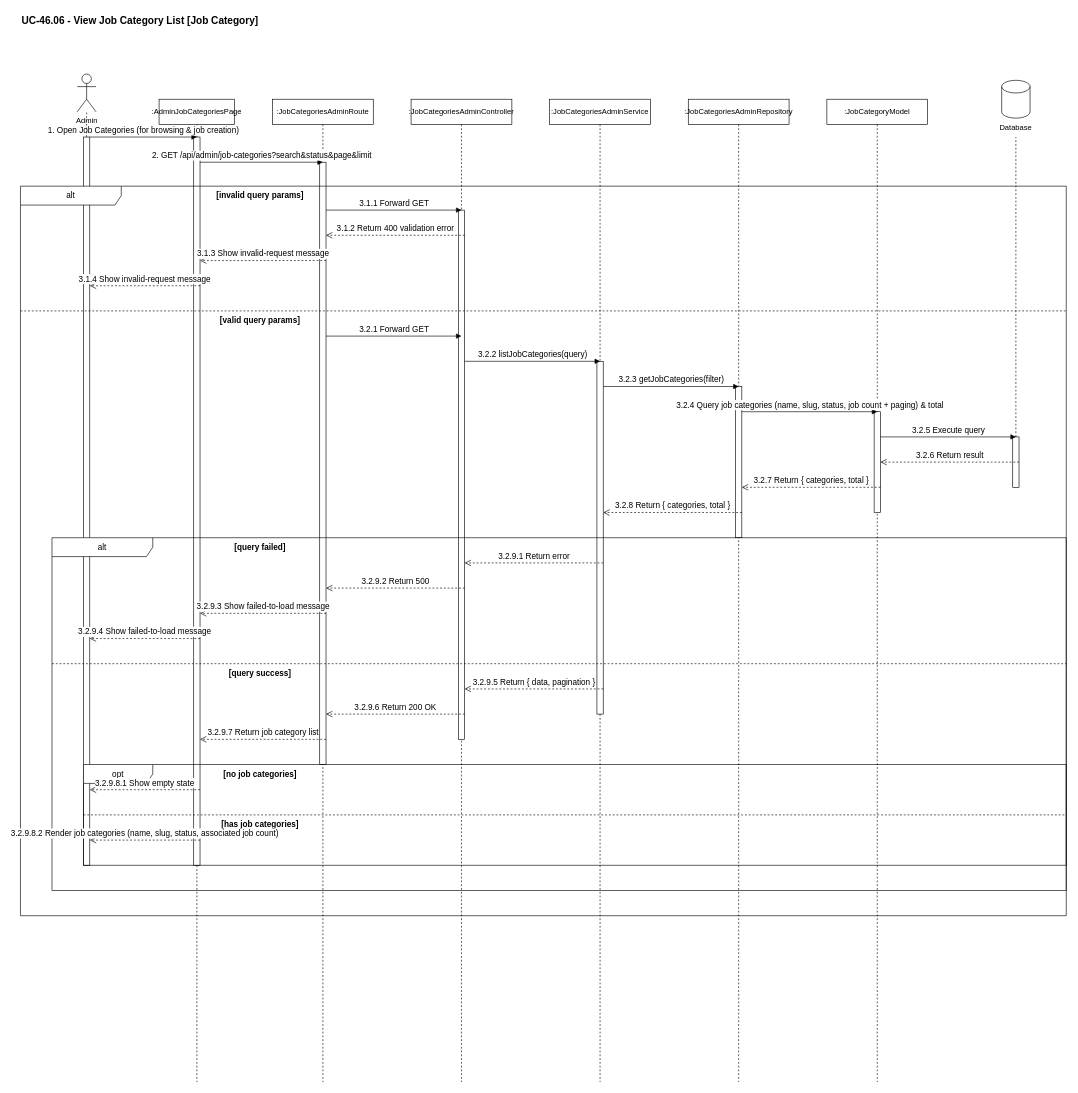
This is sequence-diagrams/UC-46.06_-_View_Job_Category_List.drawio from Thunggg/Frevia, a draw.io file, before an edit. Source tidied: cells renumbered, new cells numbered last; positions are measured from the earlier drawing's top-left corner, leaving out a move shared by most shapes. Both pictures are drawn from the tidied source at 63%, with x=0, y=0 at pixel (20, 11).
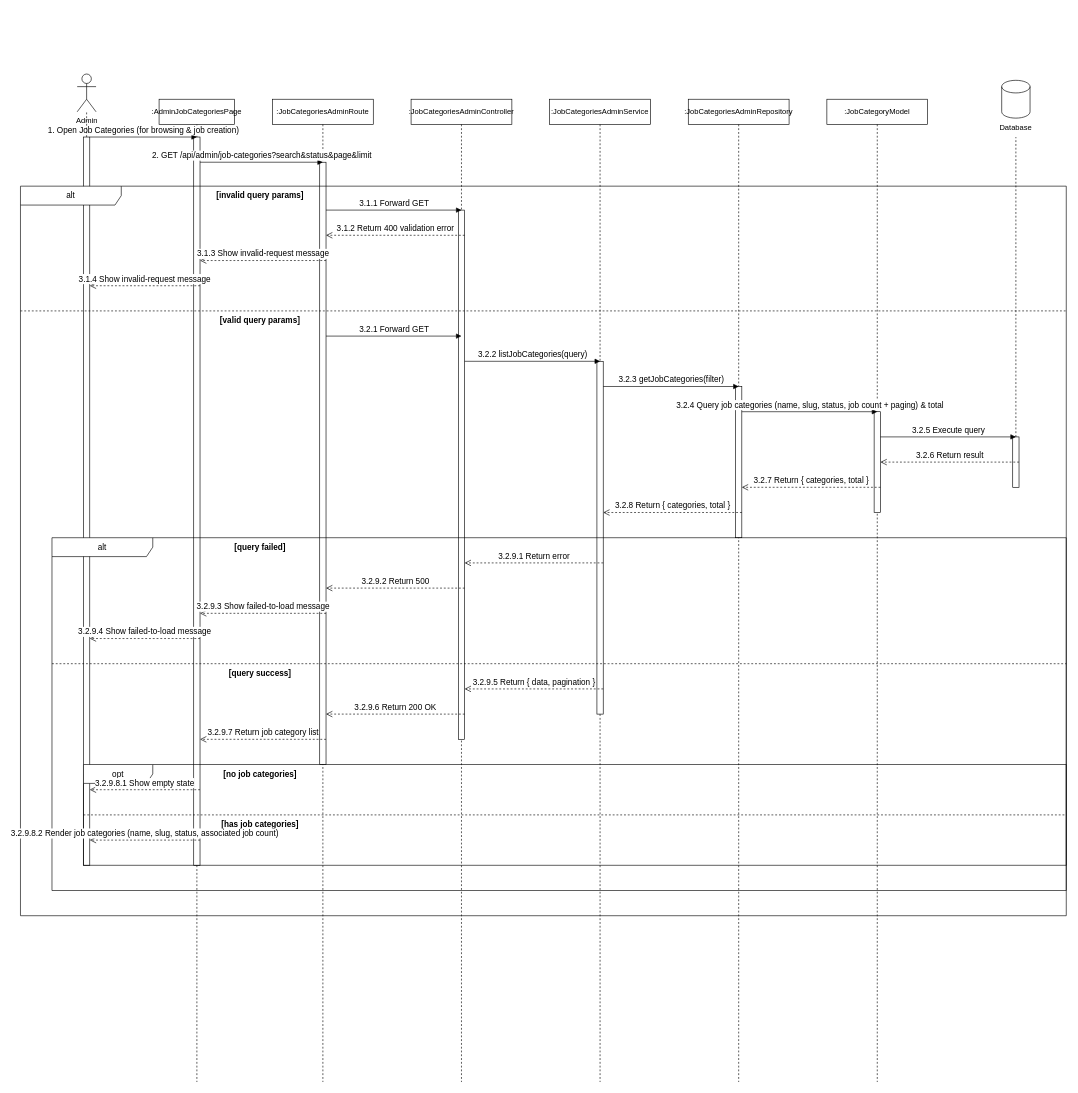
The same diagram, later.

What changed in the source:
```diff
@@
-    <mxCell id="2" value="UC-46.06 - View Job Category List [Job Category]" style="text;html=1;align=left;verticalAlign=middle;whiteSpace=wrap;rounded=0;fontSize=16;fontStyle=1;" parent="1" vertex="1">
-      <mxGeometry width="700" height="30" as="geometry" />
-    </mxCell>
```
